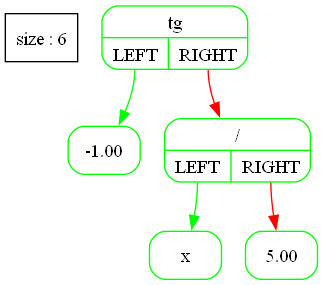
A-Elbereth-Gilthoniel/Differentiator keeps this Graphviz diagram as files/Tree_graph.png. Above is the earlier version. Its source is kept beside it as files/Tree_graph.dot.
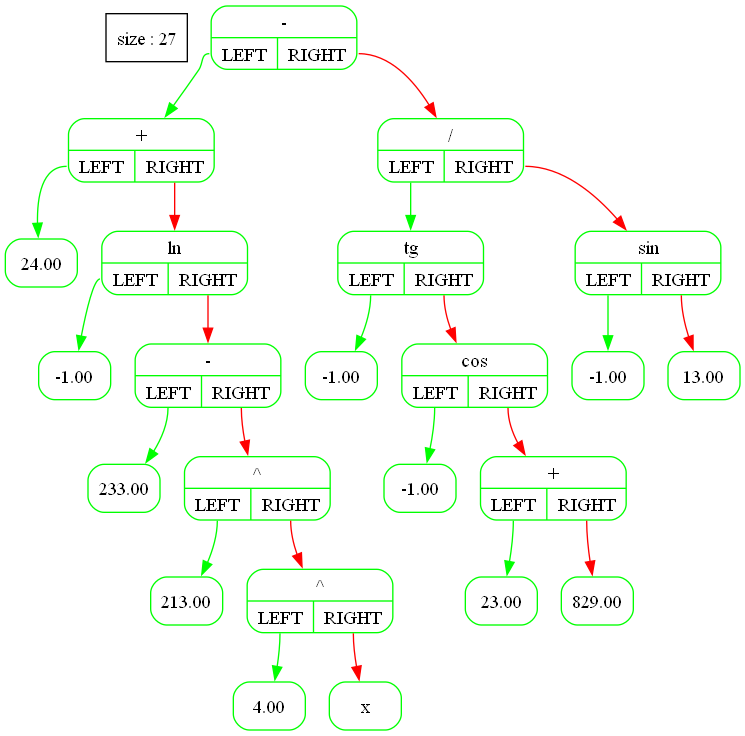
After the change.

Change to the diagram source:
```diff
@@ -1,14 +1,50 @@
 digraph G {
-  tree [shape=box ; stryle=rounded ; label="size : 6"];
+  tree [shape=box ; stryle=rounded ; label="size : 27"];
   edge [color=black];
   node [shape=record ; style=rounded ; color=green];
-14887184 [label="{tg|{<YES>LEFT|<NO>RIGHT}}"];
-14877960 [label="{-1.00}"];
-14882472 [label="{/|{<YES>LEFT|<NO>RIGHT}}"];
-14882432 [label="{x}"];
-14882512 [label="{5.00}"];
-14887184:<YES> -> 14877960 [color=green];
-14887184:<NO> -> 14882472 [color=red];
-14882472:<YES> -> 14882432 [color=green];
-14882472:<NO> -> 14882512 [color=red];
+14691040 [label="{-|{<YES>LEFT|<NO>RIGHT}}"];
+14691800 [label="{+|{<YES>LEFT|<NO>RIGHT}}"];
+14685896 [label="{24.00}"];
+14691840 [label="{ln|{<YES>LEFT|<NO>RIGHT}}"];
+14690400 [label="{-1.00}"];
+14691960 [label="{-|{<YES>LEFT|<NO>RIGHT}}"];
+14691920 [label="{233.00}"];
+14692040 [label="{^|{<YES>LEFT|<NO>RIGHT}}"];
+14692000 [label="{213.00}"];
+14690832 [label="{^|{<YES>LEFT|<NO>RIGHT}}"];
+14692120 [label="{4.00}"];
+14685848 [label="{x}"];
+14689680 [label="{/|{<YES>LEFT|<NO>RIGHT}}"];
+14691080 [label="{tg|{<YES>LEFT|<NO>RIGHT}}"];
+14689840 [label="{-1.00}"];
+14681264 [label="{cos|{<YES>LEFT|<NO>RIGHT}}"];
+14689800 [label="{-1.00}"];
+14689560 [label="{+|{<YES>LEFT|<NO>RIGHT}}"];
+14690360 [label="{23.00}"];
+14689640 [label="{829.00}"];
+14689760 [label="{sin|{<YES>LEFT|<NO>RIGHT}}"];
+14690240 [label="{-1.00}"];
+14690320 [label="{13.00}"];
+14691040:<YES> -> 14691800 [color=green];
+14691800:<YES> -> 14685896 [color=green];
+14691800:<NO> -> 14691840 [color=red];
+14691840:<YES> -> 14690400 [color=green];
+14691840:<NO> -> 14691960 [color=red];
+14691960:<YES> -> 14691920 [color=green];
+14691960:<NO> -> 14692040 [color=red];
+14692040:<YES> -> 14692000 [color=green];
+14692040:<NO> -> 14690832 [color=red];
+14690832:<YES> -> 14692120 [color=green];
+14690832:<NO> -> 14685848 [color=red];
+14691040:<NO> -> 14689680 [color=red];
+14689680:<YES> -> 14691080 [color=green];
+14691080:<YES> -> 14689840 [color=green];
+14691080:<NO> -> 14681264 [color=red];
+14681264:<YES> -> 14689800 [color=green];
+14681264:<NO> -> 14689560 [color=red];
+14689560:<YES> -> 14690360 [color=green];
+14689560:<NO> -> 14689640 [color=red];
+14689680:<NO> -> 14689760 [color=red];
+14689760:<YES> -> 14690240 [color=green];
+14689760:<NO> -> 14690320 [color=red];
 }
```
